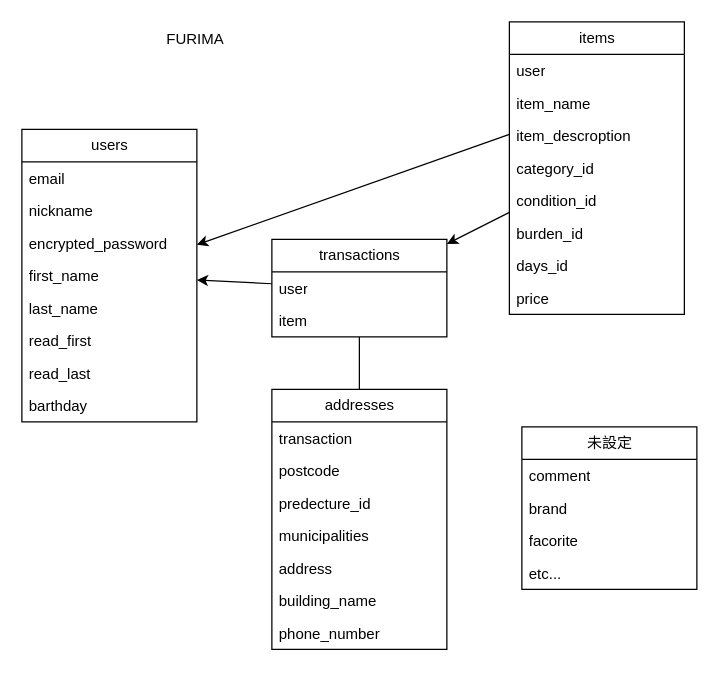
Above: .dio in AG0811/furima-40739 (draw.io), before the change. Source tidied: cells renumbered, new cells numbered last; positions are measured from the earlier drawing's top-left corner, leaving out a move shared by most shapes. Both pictures are drawn from the tidied source at 125%, with x=0, y=0 at pixel (21, 21).
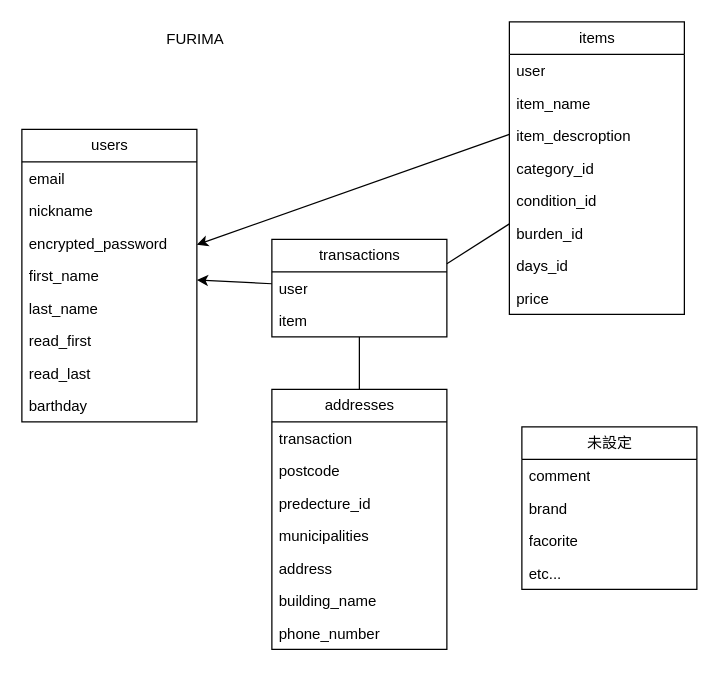
After the change.

Unchanged cells that the change refers to:
```xml
<mxCell id="11" value="items" style="swimlane;fontStyle=0;horizontal=1;startSize=26;fillColor=none;html=1;" parent="1" vertex="1">
  <mxGeometry x="390" width="140" height="234" as="geometry" />
</mxCell>
<mxCell id="30" value="transactions" style="swimlane;fontStyle=0;horizontal=1;startSize=26;fillColor=none;html=1;" parent="1" vertex="1">
  <mxGeometry x="200" y="174" width="140" height="78" as="geometry" />
</mxCell>
```

What changed in the source:
```diff
@@
-    <mxCell id="39" style="endArrow=classic;html=1;" parent="1" edge="1" source="11" target="30">
-      <mxGeometry relative="1" as="geometry" />
-    </mxCell>
@@
+    <mxCell id="41" style="endArrow=none;html=1;exitX=1;exitY=0.25;exitDx=0;exitDy=0;" parent="1" edge="1" source="30" target="11">
+      <mxGeometry relative="1" as="geometry" />
+    </mxCell>
```
